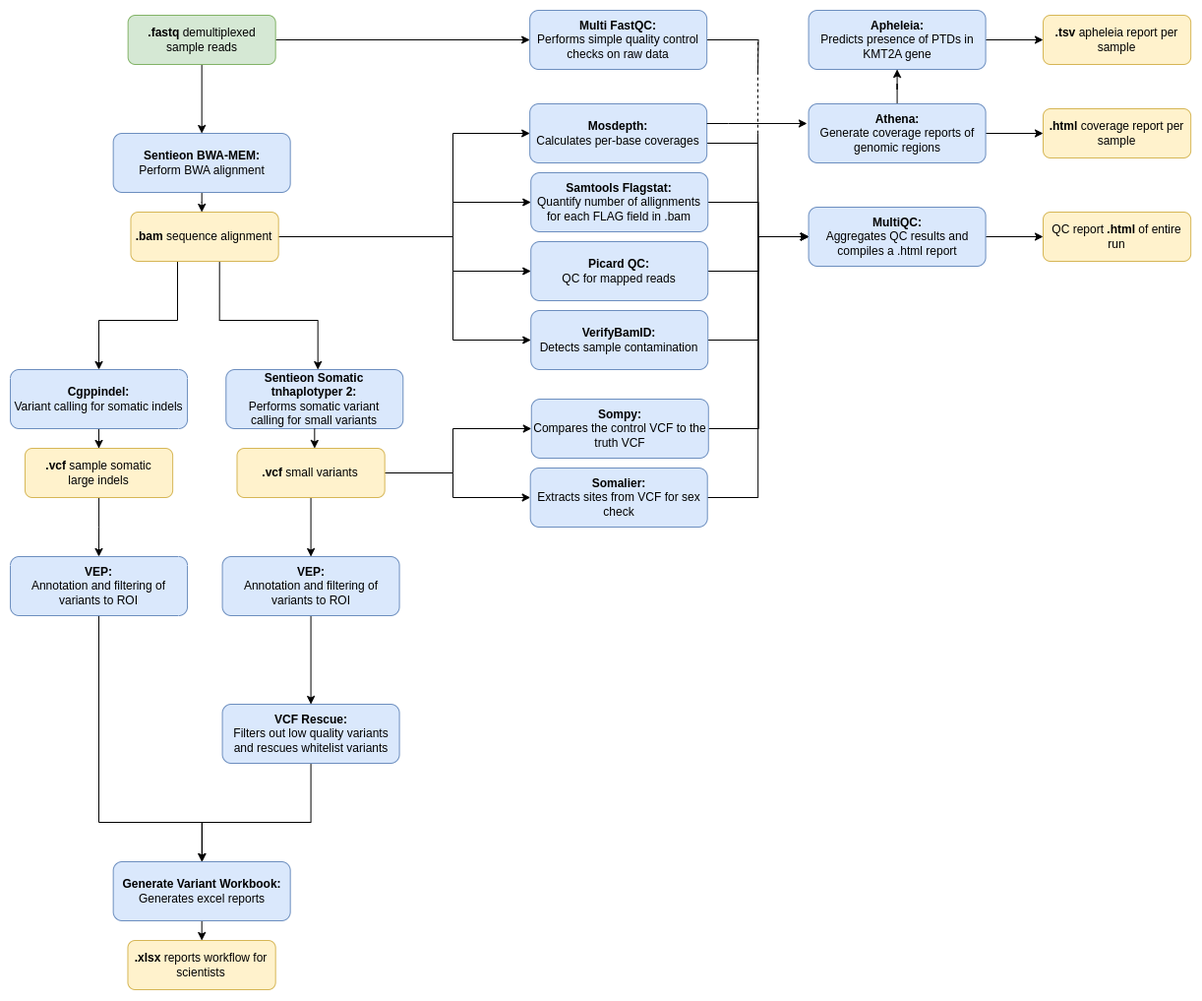
This is images/full_uranus_practical.drawio.png from eastgenomics/eggd_uranus_main_workflow, a draw.io export, as it was before one commit. Source tidied: cells renumbered, new cells last; positions are measured from the earlier drawing's top-left corner, leaving out a move shared by most shapes.
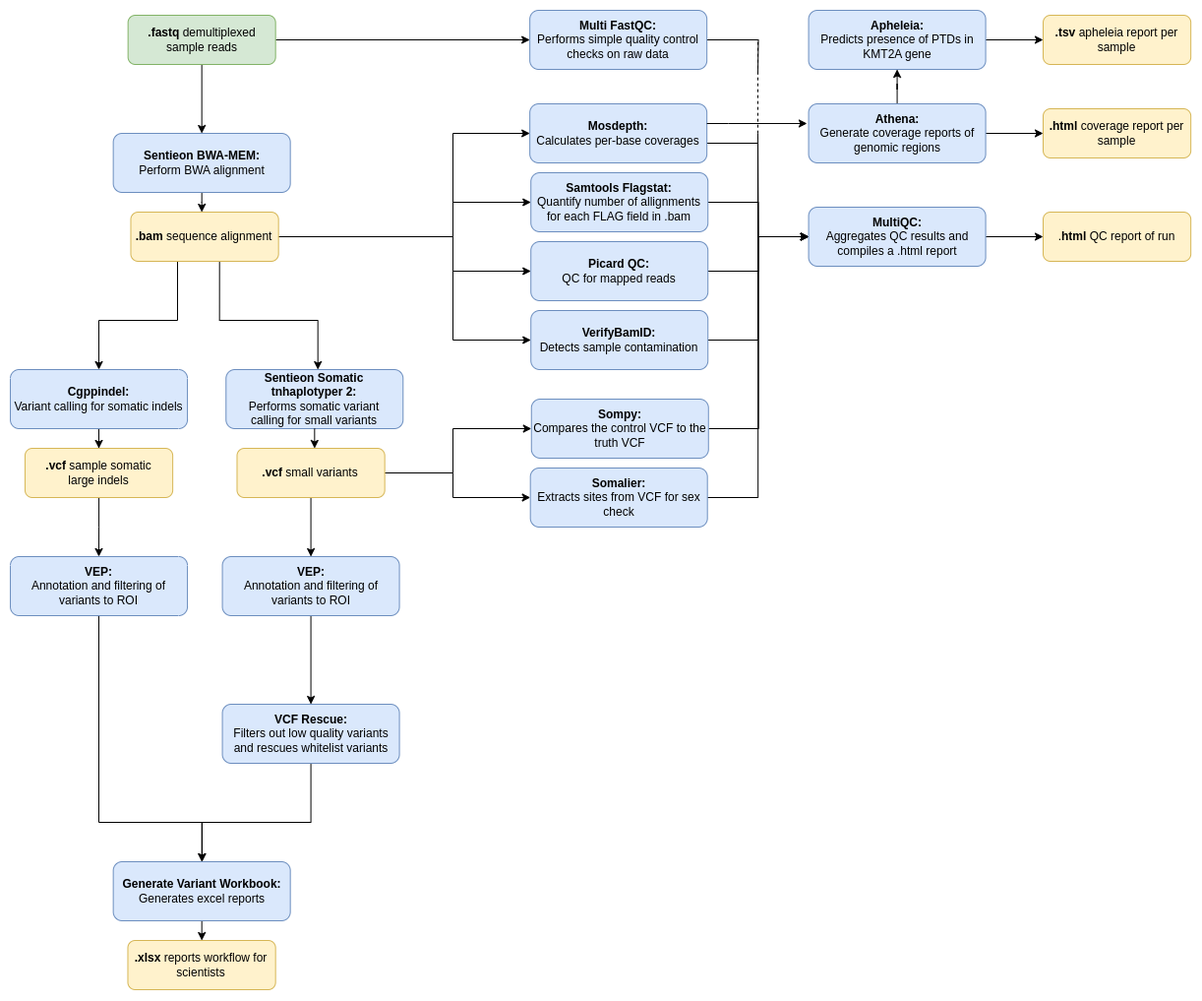
The same file after the commit.

The edit, as a diff of the source:
```diff
@@ -213,7 +213,7 @@
     <mxCell id="49" style="edgeStyle=orthogonalEdgeStyle;rounded=0;jettySize=auto;html=1;entryX=0.527;entryY=-0.004;entryDx=0;entryDy=0;entryPerimeter=0;" parent="1" edge="1" source="16" target="22">
       <mxGeometry relative="1" as="geometry" />
     </mxCell>
-    <mxCell id="50" value="&lt;p style=&quot;line-height: 120%;&quot;&gt;&lt;/p&gt;&lt;div style=&quot;&quot;&gt;QC report &lt;b&gt;.html&lt;/b&gt;&amp;nbsp;of entire run&lt;/div&gt;&lt;p&gt;&lt;/p&gt;" style="rounded=1;whiteSpace=wrap;html=1;fillColor=#fff2cc;strokeColor=#d6b656;align=center;" parent="1" vertex="1">
+    <mxCell id="50" value="&lt;p style=&quot;line-height: 120%;&quot;&gt;&lt;/p&gt;&lt;div style=&quot;&quot;&gt;.&lt;b&gt;html&lt;/b&gt;&amp;nbsp;QC report of run&lt;/div&gt;&lt;p&gt;&lt;/p&gt;" style="rounded=1;whiteSpace=wrap;html=1;fillColor=#fff2cc;strokeColor=#d6b656;align=center;" parent="1" vertex="1">
       <mxGeometry x="1050" y="205" width="150.2" height="50" as="geometry" />
     </mxCell>
     <mxCell id="51" value="&lt;p style=&quot;line-height: 120%;&quot;&gt;&lt;/p&gt;&lt;div style=&quot;&quot;&gt;&lt;b&gt;.html &lt;/b&gt;coverage report per sample&lt;/div&gt;&lt;p&gt;&lt;/p&gt;" style="rounded=1;whiteSpace=wrap;html=1;fillColor=#fff2cc;strokeColor=#d6b656;align=center;" parent="1" vertex="1">
```
